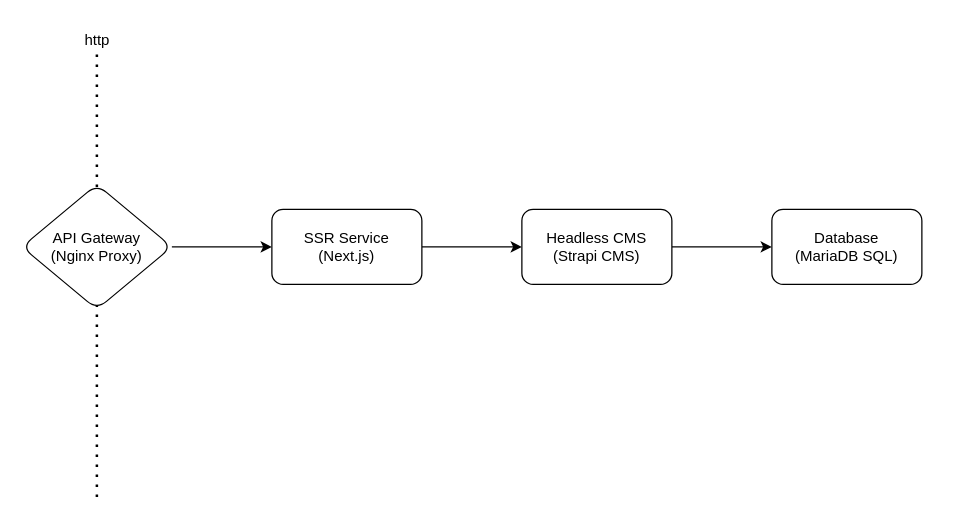
paulAlexSerban/tpl--mern keeps this draw.io diagram as wiki/projects/dj-events/service-setup.drawio. Above is the earlier version. Source tidied: cells renumbered, new cells numbered last; positions are measured from the earlier drawing's top-left corner, leaving out a move shared by most shapes. Both pictures are drawn from the tidied source at 125%, with x=0, y=0 at pixel (21, 21).
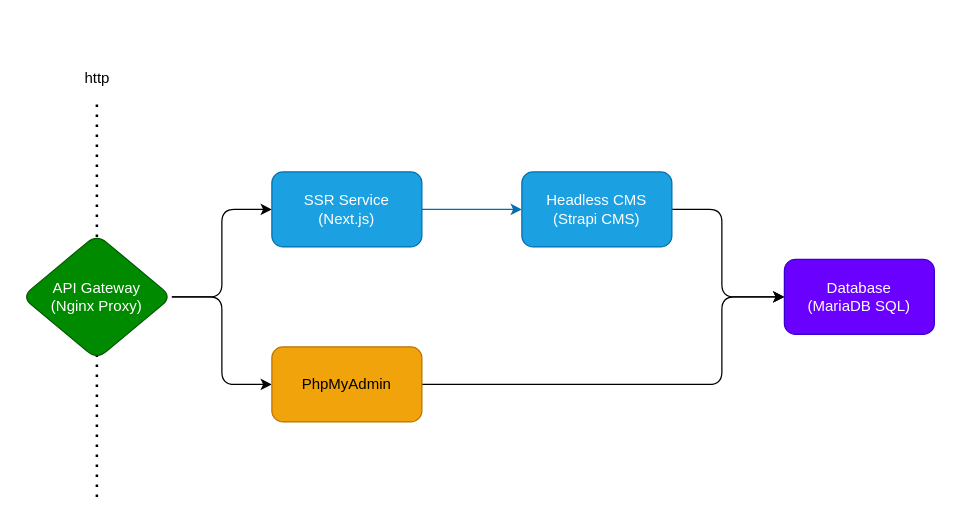
Above is the later version.

Commit message:
docs(dj-events): adjusted diagram

Diff of the diagram source:
```diff
@@
 <mxGraphModel>
   <root>
     <mxCell id="0" />
     <mxCell id="1" parent="0" />
     <mxCell id="2" style="endArrow=none;dashed=1;html=1;dashPattern=1 3;strokeWidth=2;" parent="1" edge="1">
       <mxGeometry relative="1" as="geometry">
         <mxPoint x="60" y="380" as="sourcePoint" />
-        <mxPoint x="60" y="20" as="targetPoint" />
+        <mxPoint x="60" y="60" as="targetPoint" />
       </mxGeometry>
     </mxCell>
     <mxCell id="3" style="edgeStyle=orthogonalEdgeStyle;html=1;exitX=1;exitY=0.5;exitDx=0;exitDy=0;" parent="1" edge="1" source="8" target="5">
       <mxGeometry relative="1" as="geometry" />
     </mxCell>
-    <mxCell id="4" style="edgeStyle=orthogonalEdgeStyle;html=1;entryX=0;entryY=0.5;entryDx=0;entryDy=0;" parent="1" edge="1" source="5" target="7">
+    <mxCell id="4" style="edgeStyle=orthogonalEdgeStyle;html=1;entryX=0;entryY=0.5;entryDx=0;entryDy=0;fillColor=#1ba1e2;strokeColor=#006EAF;" parent="1" edge="1" source="5" target="7">
       <mxGeometry relative="1" as="geometry" />
     </mxCell>
-    <mxCell id="5" value="SSR Service&lt;br&gt;(Next.js)" style="rounded=1;whiteSpace=wrap;html=1;" parent="1" vertex="1">
-      <mxGeometry x="200" y="150" width="120" height="60" as="geometry" />
+    <mxCell id="5" value="SSR Service&lt;br&gt;(Next.js)" style="rounded=1;whiteSpace=wrap;html=1;fillColor=#1ba1e2;fontColor=#ffffff;strokeColor=#006EAF;" parent="1" vertex="1">
+      <mxGeometry x="200" y="120" width="120" height="60" as="geometry" />
     </mxCell>
     <mxCell id="6" style="edgeStyle=orthogonalEdgeStyle;html=1;entryX=0;entryY=0.5;entryDx=0;entryDy=0;" parent="1" edge="1" source="7" target="10">
-      <mxGeometry relative="1" as="geometry" />
+      <mxGeometry relative="1" as="geometry">
+        <Array as="points">
+          <mxPoint x="560" y="150" />
+          <mxPoint x="560" y="220" />
+        </Array>
+      </mxGeometry>
     </mxCell>
-    <mxCell id="7" value="Headless CMS&lt;br&gt;(Strapi CMS)" style="rounded=1;whiteSpace=wrap;html=1;" parent="1" vertex="1">
-      <mxGeometry x="400" y="150" width="120" height="60" as="geometry" />
+    <mxCell id="7" value="Headless CMS&lt;br&gt;(Strapi CMS)" style="rounded=1;whiteSpace=wrap;html=1;fillColor=#1ba1e2;fontColor=#ffffff;strokeColor=#006EAF;" parent="1" vertex="1">
+      <mxGeometry x="400" y="120" width="120" height="60" as="geometry" />
     </mxCell>
+    <mxCell id="11" style="edgeStyle=orthogonalEdgeStyle;html=1;entryX=0;entryY=0.5;entryDx=0;entryDy=0;" parent="1" edge="1" source="8" target="13">
+      <mxGeometry relative="1" as="geometry" />
+    </mxCell>
-    <mxCell id="8" value="API Gateway&lt;br&gt;(Nginx Proxy)" style="rhombus;whiteSpace=wrap;html=1;rounded=1;" parent="1" vertex="1">
-      <mxGeometry y="130" width="120" height="100" as="geometry" />
+    <mxCell id="8" value="API Gateway&lt;br&gt;(Nginx Proxy)" style="rhombus;whiteSpace=wrap;html=1;rounded=1;fillColor=#008a00;fontColor=#ffffff;strokeColor=#005700;" parent="1" vertex="1">
+      <mxGeometry y="170" width="120" height="100" as="geometry" />
     </mxCell>
     <mxCell id="9" value="http" style="text;html=1;align=center;verticalAlign=middle;strokeColor=none;fillColor=none;rounded=1;" parent="1" vertex="1">
-      <mxGeometry x="40" width="40" height="30" as="geometry" />
+      <mxGeometry x="40" y="30" width="40" height="30" as="geometry" />
     </mxCell>
-    <mxCell id="10" value="Database&lt;br&gt;(MariaDB SQL)" style="rounded=1;whiteSpace=wrap;html=1;" parent="1" vertex="1">
-      <mxGeometry x="600" y="150" width="120" height="60" as="geometry" />
+    <mxCell id="10" value="Database&lt;br&gt;(MariaDB SQL)" style="rounded=1;whiteSpace=wrap;html=1;fillColor=#6a00ff;fontColor=#ffffff;strokeColor=#3700CC;" parent="1" vertex="1">
+      <mxGeometry x="610" y="190" width="120" height="60" as="geometry" />
     </mxCell>
+    <mxCell id="12" style="edgeStyle=orthogonalEdgeStyle;html=1;entryX=0;entryY=0.5;entryDx=0;entryDy=0;" parent="1" edge="1" source="13" target="10">
+      <mxGeometry relative="1" as="geometry">
+        <Array as="points">
+          <mxPoint x="560" y="290" />
+          <mxPoint x="560" y="220" />
+        </Array>
+      </mxGeometry>
+    </mxCell>
+    <mxCell id="13" value="PhpMyAdmin" style="rounded=1;whiteSpace=wrap;html=1;fillColor=#f0a30a;fontColor=#000000;strokeColor=#BD7000;" parent="1" vertex="1">
+      <mxGeometry x="200" y="260" width="120" height="60" as="geometry" />
+    </mxCell>
   </root>
 </mxGraphModel>
```
